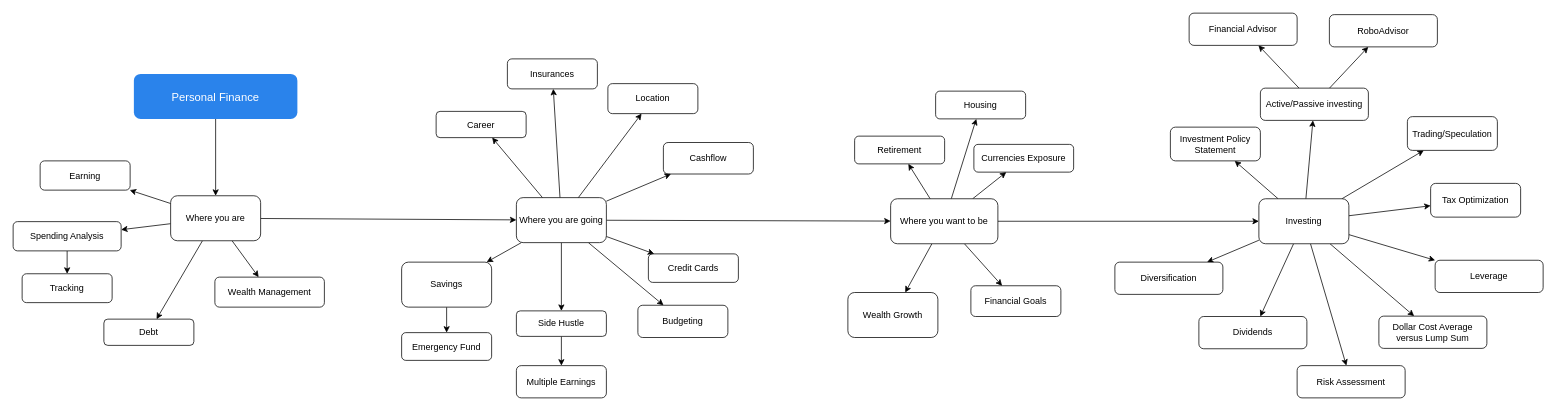
alfonsograziano/personal-blog keeps this draw.io diagram as page "Personal Finance" (3 of 4) of Wellbeing.drawio. Above is the earlier version. Source tidied: cells renumbered, new cells numbered last; positions are measured from the earlier drawing's top-left corner, leaving out a move shared by most shapes. Both pictures are drawn from the tidied source at 75%, with x=0, y=0 at pixel (13, 13).
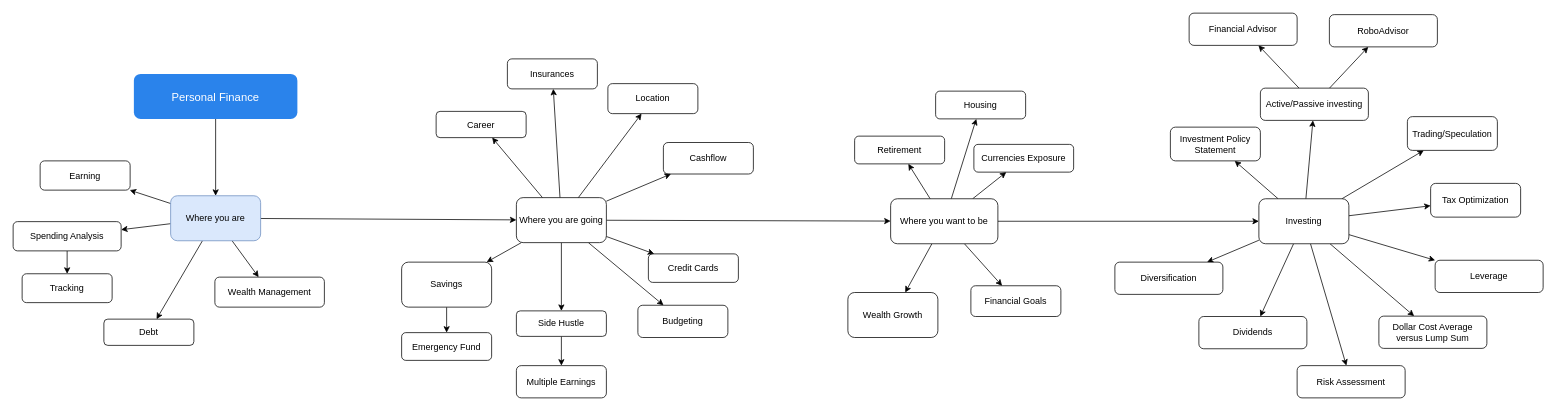
After the change.

The edit, as a diff of the source:
```diff
@@
-    <mxCell id="28" value="Where you are" style="rounded=1;whiteSpace=wrap;html=1;" parent="1" vertex="1">
+    <mxCell id="28" value="Where you are" style="rounded=1;whiteSpace=wrap;html=1;fillColor=#dae8fc;strokeColor=#6c8ebf;" parent="1" vertex="1">
       <mxGeometry x="210" y="243.5" width="120" height="60" as="geometry" />
     </mxCell>
```
